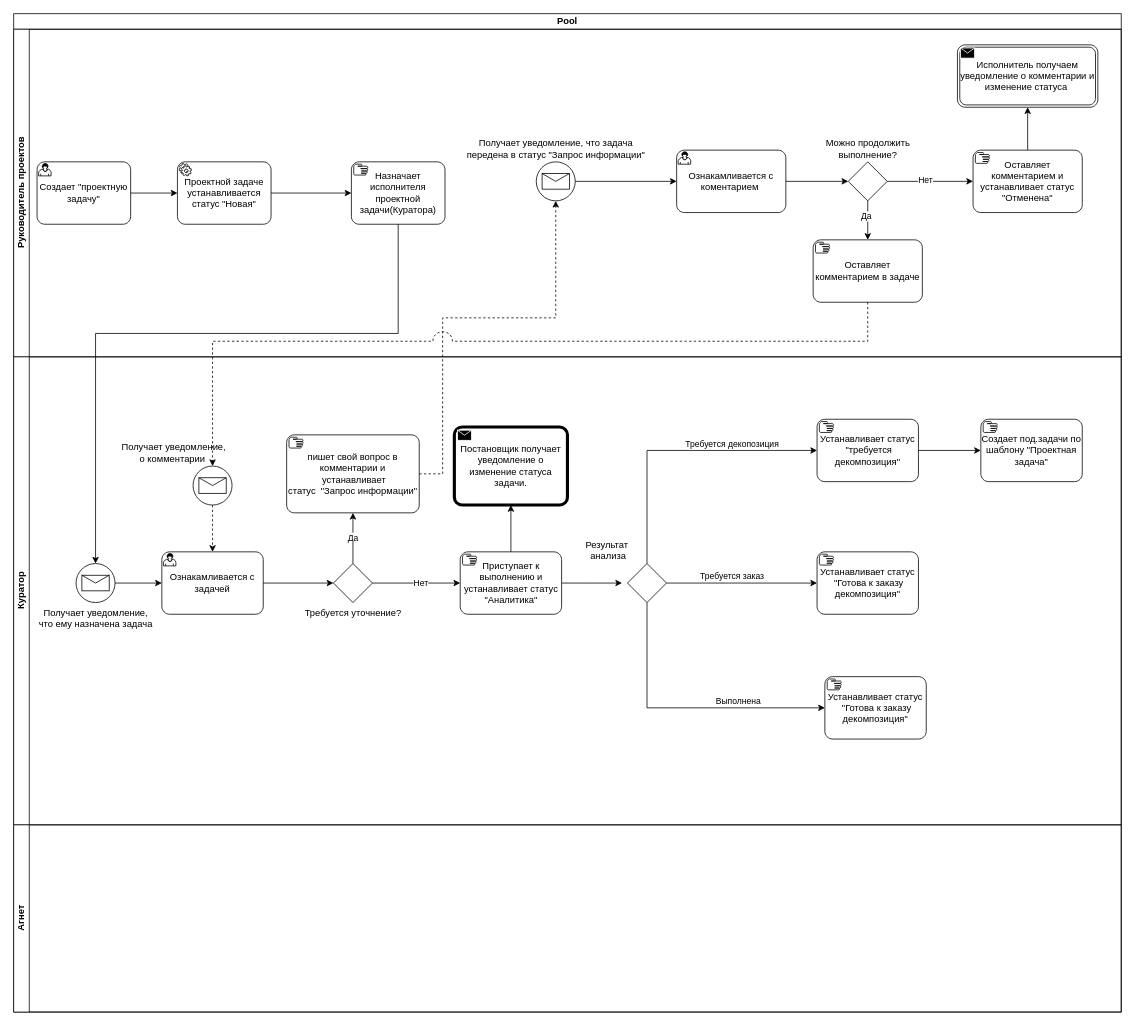
carapuz33/android-emulator-m1-preview keeps this draw.io diagram as Схема проектной задачи.drawio. Above is the earlier version. Source tidied: cells renumbered, new cells numbered last; positions are measured from the earlier drawing's top-left corner, leaving out a move shared by most shapes. Both pictures are drawn from the tidied source at 78%, with x=0, y=0 at pixel (13, 13).
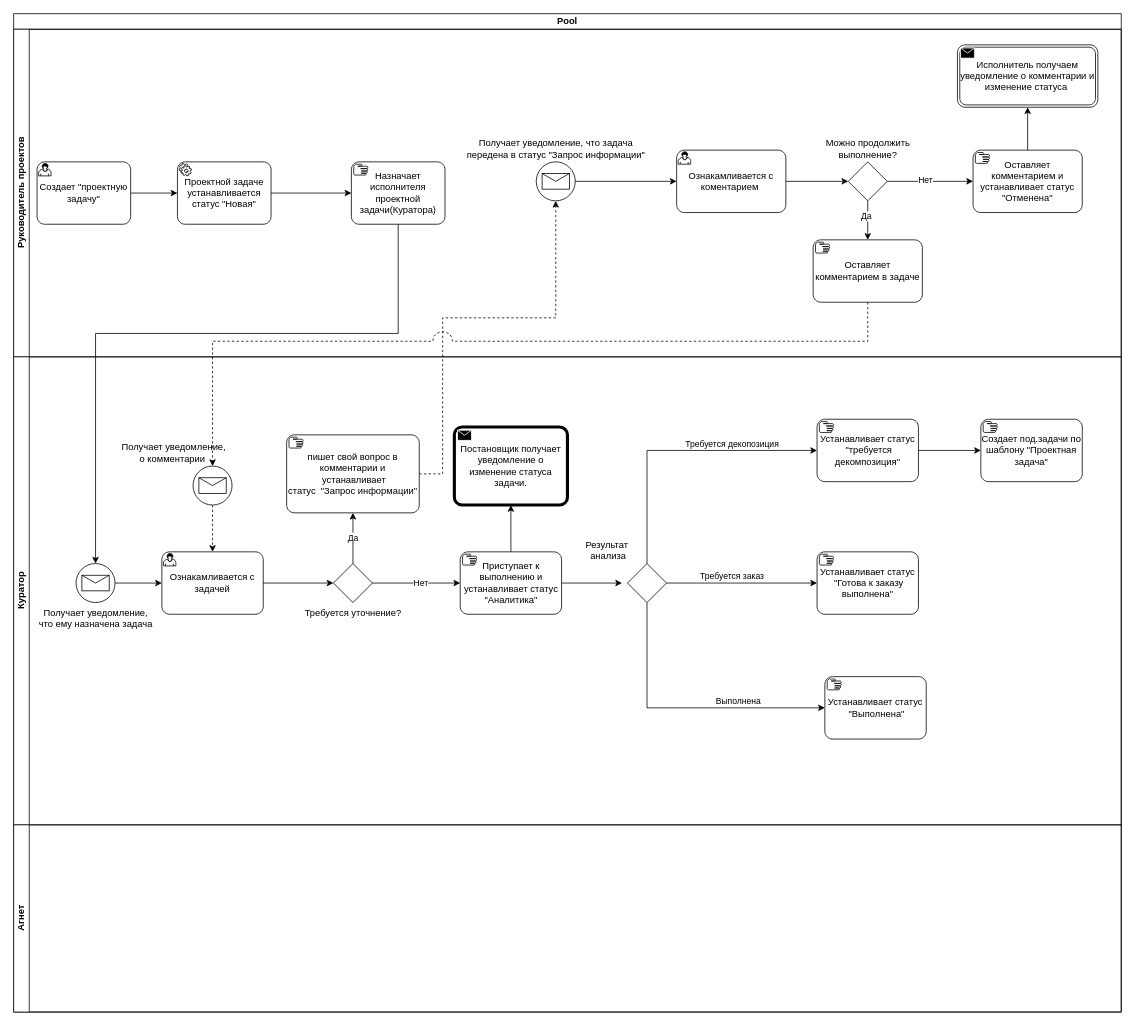
Above is the later version.

Unchanged cells that the change refers to:
```xml
<mxCell id="22" value="Куратор" style="swimlane;html=1;startSize=20;horizontal=0;" parent="2" vertex="1">
  <mxGeometry y="440" width="1420" height="600" as="geometry" />
</mxCell>
```

What changed in the source:
```diff
@@
-    <mxCell id="44" value="Устанавливает статус &amp;nbsp;&quot;Готова к заказу декомпозиция&quot;" style="points=[[0.25,0,0],[0.5,0,0],[0.75,0,0],[1,0.25,0],[1,0.5,0],[1,0.75,0],[0.75,1,0],[0.5,1,0],[0.25,1,0],[0,0.75,0],[0,0.5,0],[0,0.25,0]];shape=mxgraph.bpmn.task;whiteSpace=wrap;rectStyle=rounded;size=10;html=1;taskMarker=manual;" parent="22" vertex="1">
+    <mxCell id="44" value="Устанавливает статус &amp;nbsp;&quot;Готова к заказу выполнена&quot;" style="points=[[0.25,0,0],[0.5,0,0],[0.75,0,0],[1,0.25,0],[1,0.5,0],[1,0.75,0],[0.75,1,0],[0.5,1,0],[0.25,1,0],[0,0.75,0],[0,0.5,0],[0,0.25,0]];shape=mxgraph.bpmn.task;whiteSpace=wrap;rectStyle=rounded;size=10;html=1;taskMarker=manual;" parent="22" vertex="1">
       <mxGeometry x="1030" y="250" width="130" height="80" as="geometry" />
     </mxCell>
@@
-    <mxCell id="47" value="Устанавливает статус &amp;nbsp;&quot;Готова к заказу декомпозиция&quot;" style="points=[[0.25,0,0],[0.5,0,0],[0.75,0,0],[1,0.25,0],[1,0.5,0],[1,0.75,0],[0.75,1,0],[0.5,1,0],[0.25,1,0],[0,0.75,0],[0,0.5,0],[0,0.25,0]];shape=mxgraph.bpmn.task;whiteSpace=wrap;rectStyle=rounded;size=10;html=1;taskMarker=manual;" parent="22" vertex="1">
+    <mxCell id="47" value="Устанавливает статус &amp;nbsp;&quot;Выполнена&quot;" style="points=[[0.25,0,0],[0.5,0,0],[0.75,0,0],[1,0.25,0],[1,0.5,0],[1,0.75,0],[0.75,1,0],[0.5,1,0],[0.25,1,0],[0,0.75,0],[0,0.5,0],[0,0.25,0]];shape=mxgraph.bpmn.task;whiteSpace=wrap;rectStyle=rounded;size=10;html=1;taskMarker=manual;" parent="22" vertex="1">
       <mxGeometry x="1040" y="410" width="130" height="80" as="geometry" />
     </mxCell>
```
